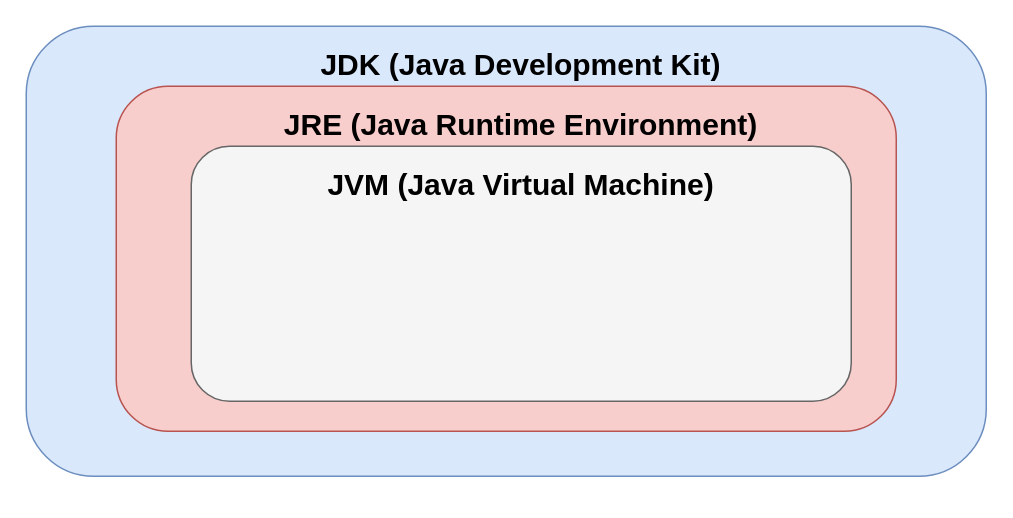
This is Phase2_Java/01_Java_기본문법/jdk_jre.drawio from jfbootcamp/jf-job-prep-bootcamp, a draw.io file, before an edit. Source tidied: cells renumbered, new cells numbered last; positions are measured from the earlier drawing's top-left corner, leaving out a move shared by most shapes. Both pictures are drawn from the tidied source at 150%, with x=0, y=0 at pixel (26, 26).
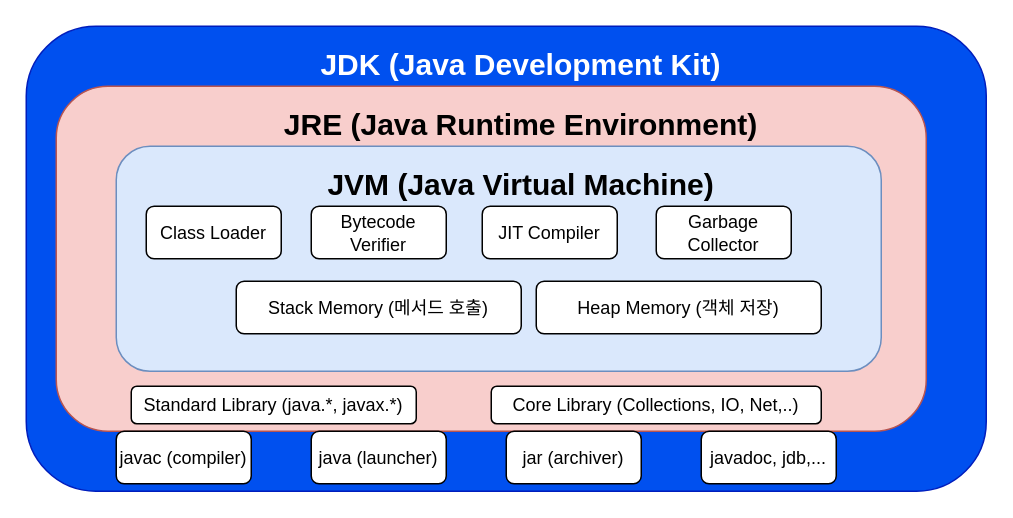
Above is the later version.

What changed in the source:
```diff
@@
 <mxGraphModel>
   <root>
     <mxCell id="0" />
     <mxCell id="1" parent="0" />
-    <mxCell id="2" style="rounded=1;whiteSpace=wrap;html=1;fillColor=#dae8fc;strokeColor=#6c8ebf;" parent="1" vertex="1">
-      <mxGeometry width="640" height="300" as="geometry" />
+    <mxCell id="2" style="rounded=1;whiteSpace=wrap;html=1;fillColor=#0050ef;strokeColor=#001DBC;fontColor=#ffffff;" parent="1" vertex="1">
+      <mxGeometry width="640" height="310" as="geometry" />
     </mxCell>
-    <mxCell id="3" value="&lt;font style=&quot;font-size: 20px;&quot;&gt;&lt;b style=&quot;&quot;&gt;JDK (Java Development Kit)&lt;/b&gt;&lt;/font&gt;" style="text;html=1;whiteSpace=wrap;strokeColor=none;fillColor=none;align=center;verticalAlign=middle;rounded=0;" parent="1" vertex="1">
+    <mxCell id="3" value="&lt;font style=&quot;font-size: 20px; color: rgb(255, 255, 255);&quot;&gt;&lt;b style=&quot;&quot;&gt;JDK (Java Development Kit)&lt;/b&gt;&lt;/font&gt;" style="text;html=1;whiteSpace=wrap;strokeColor=none;fillColor=none;align=center;verticalAlign=middle;rounded=0;" parent="1" vertex="1">
       <mxGeometry x="170" y="10" width="320" height="30" as="geometry" />
     </mxCell>
     <mxCell id="4" style="rounded=1;whiteSpace=wrap;html=1;fillColor=#f8cecc;strokeColor=#b85450;" parent="1" vertex="1">
-      <mxGeometry x="60" y="40" width="520" height="230" as="geometry" />
+      <mxGeometry x="20" y="40" width="580" height="230" as="geometry" />
     </mxCell>
     <mxCell id="5" value="&lt;font style=&quot;font-size: 20px;&quot;&gt;&lt;b style=&quot;&quot;&gt;JRE (Java Runtime Environment)&lt;/b&gt;&lt;/font&gt;" style="text;html=1;whiteSpace=wrap;strokeColor=none;fillColor=none;align=center;verticalAlign=middle;rounded=0;" parent="1" vertex="1">
       <mxGeometry x="170" y="50" width="320" height="30" as="geometry" />
     </mxCell>
-    <mxCell id="6" style="rounded=1;whiteSpace=wrap;html=1;fillColor=#f5f5f5;fontColor=#333333;strokeColor=#666666;" parent="1" vertex="1">
-      <mxGeometry x="110" y="80" width="440" height="170" as="geometry" />
+    <mxCell id="6" style="rounded=1;whiteSpace=wrap;html=1;fillColor=#dae8fc;strokeColor=#6c8ebf;" parent="1" vertex="1">
+      <mxGeometry x="60" y="80" width="510" height="150" as="geometry" />
     </mxCell>
     <mxCell id="7" value="&lt;font style=&quot;font-size: 20px;&quot;&gt;&lt;b style=&quot;&quot;&gt;JVM (Java Virtual Machine)&lt;/b&gt;&lt;/font&gt;" style="text;html=1;whiteSpace=wrap;strokeColor=none;fillColor=none;align=center;verticalAlign=middle;rounded=0;" parent="1" vertex="1">
       <mxGeometry x="170" y="90" width="320" height="30" as="geometry" />
     </mxCell>
+    <mxCell id="8" value="Class Loader" style="rounded=1;whiteSpace=wrap;html=1;" parent="1" vertex="1">
+      <mxGeometry x="80" y="120" width="90" height="35" as="geometry" />
+    </mxCell>
+    <mxCell id="9" value="Bytecode Verifier" style="rounded=1;whiteSpace=wrap;html=1;" parent="1" vertex="1">
+      <mxGeometry x="190" y="120" width="90" height="35" as="geometry" />
+    </mxCell>
+    <mxCell id="10" value="JIT Compiler" style="rounded=1;whiteSpace=wrap;html=1;" parent="1" vertex="1">
+      <mxGeometry x="304" y="120" width="90" height="35" as="geometry" />
+    </mxCell>
+    <mxCell id="11" value="Garbage Collector" style="rounded=1;whiteSpace=wrap;html=1;" parent="1" vertex="1">
+      <mxGeometry x="420" y="120" width="90" height="35" as="geometry" />
+    </mxCell>
+    <mxCell id="12" value="Stack Memory (메서드 호출)" style="rounded=1;whiteSpace=wrap;html=1;" parent="1" vertex="1">
+      <mxGeometry x="140" y="170" width="190" height="35" as="geometry" />
+    </mxCell>
+    <mxCell id="13" value="Heap Memory (객체 저장)" style="rounded=1;whiteSpace=wrap;html=1;" parent="1" vertex="1">
+      <mxGeometry x="340" y="170" width="190" height="35" as="geometry" />
+    </mxCell>
+    <mxCell id="14" value="Standard Library (java.*, javax.*)" style="rounded=1;whiteSpace=wrap;html=1;" parent="1" vertex="1">
+      <mxGeometry x="70" y="240" width="190" height="25" as="geometry" />
+    </mxCell>
+    <mxCell id="15" value="Core Library (Collections, IO, Net,..)" style="rounded=1;whiteSpace=wrap;html=1;" parent="1" vertex="1">
+      <mxGeometry x="310" y="240" width="220" height="25" as="geometry" />
+    </mxCell>
+    <mxCell id="16" value="javac (compiler)" style="rounded=1;whiteSpace=wrap;html=1;" parent="1" vertex="1">
+      <mxGeometry x="60" y="270" width="90" height="35" as="geometry" />
+    </mxCell>
+    <mxCell id="17" value="java (launcher)" style="rounded=1;whiteSpace=wrap;html=1;" parent="1" vertex="1">
+      <mxGeometry x="190" y="270" width="90" height="35" as="geometry" />
+    </mxCell>
+    <mxCell id="18" value="jar (archiver)" style="rounded=1;whiteSpace=wrap;html=1;" parent="1" vertex="1">
+      <mxGeometry x="320" y="270" width="90" height="35" as="geometry" />
+    </mxCell>
+    <mxCell id="19" value="javadoc, jdb,..." style="rounded=1;whiteSpace=wrap;html=1;" parent="1" vertex="1">
+      <mxGeometry x="450" y="270" width="90" height="35" as="geometry" />
+    </mxCell>
   </root>
 </mxGraphModel>
```
